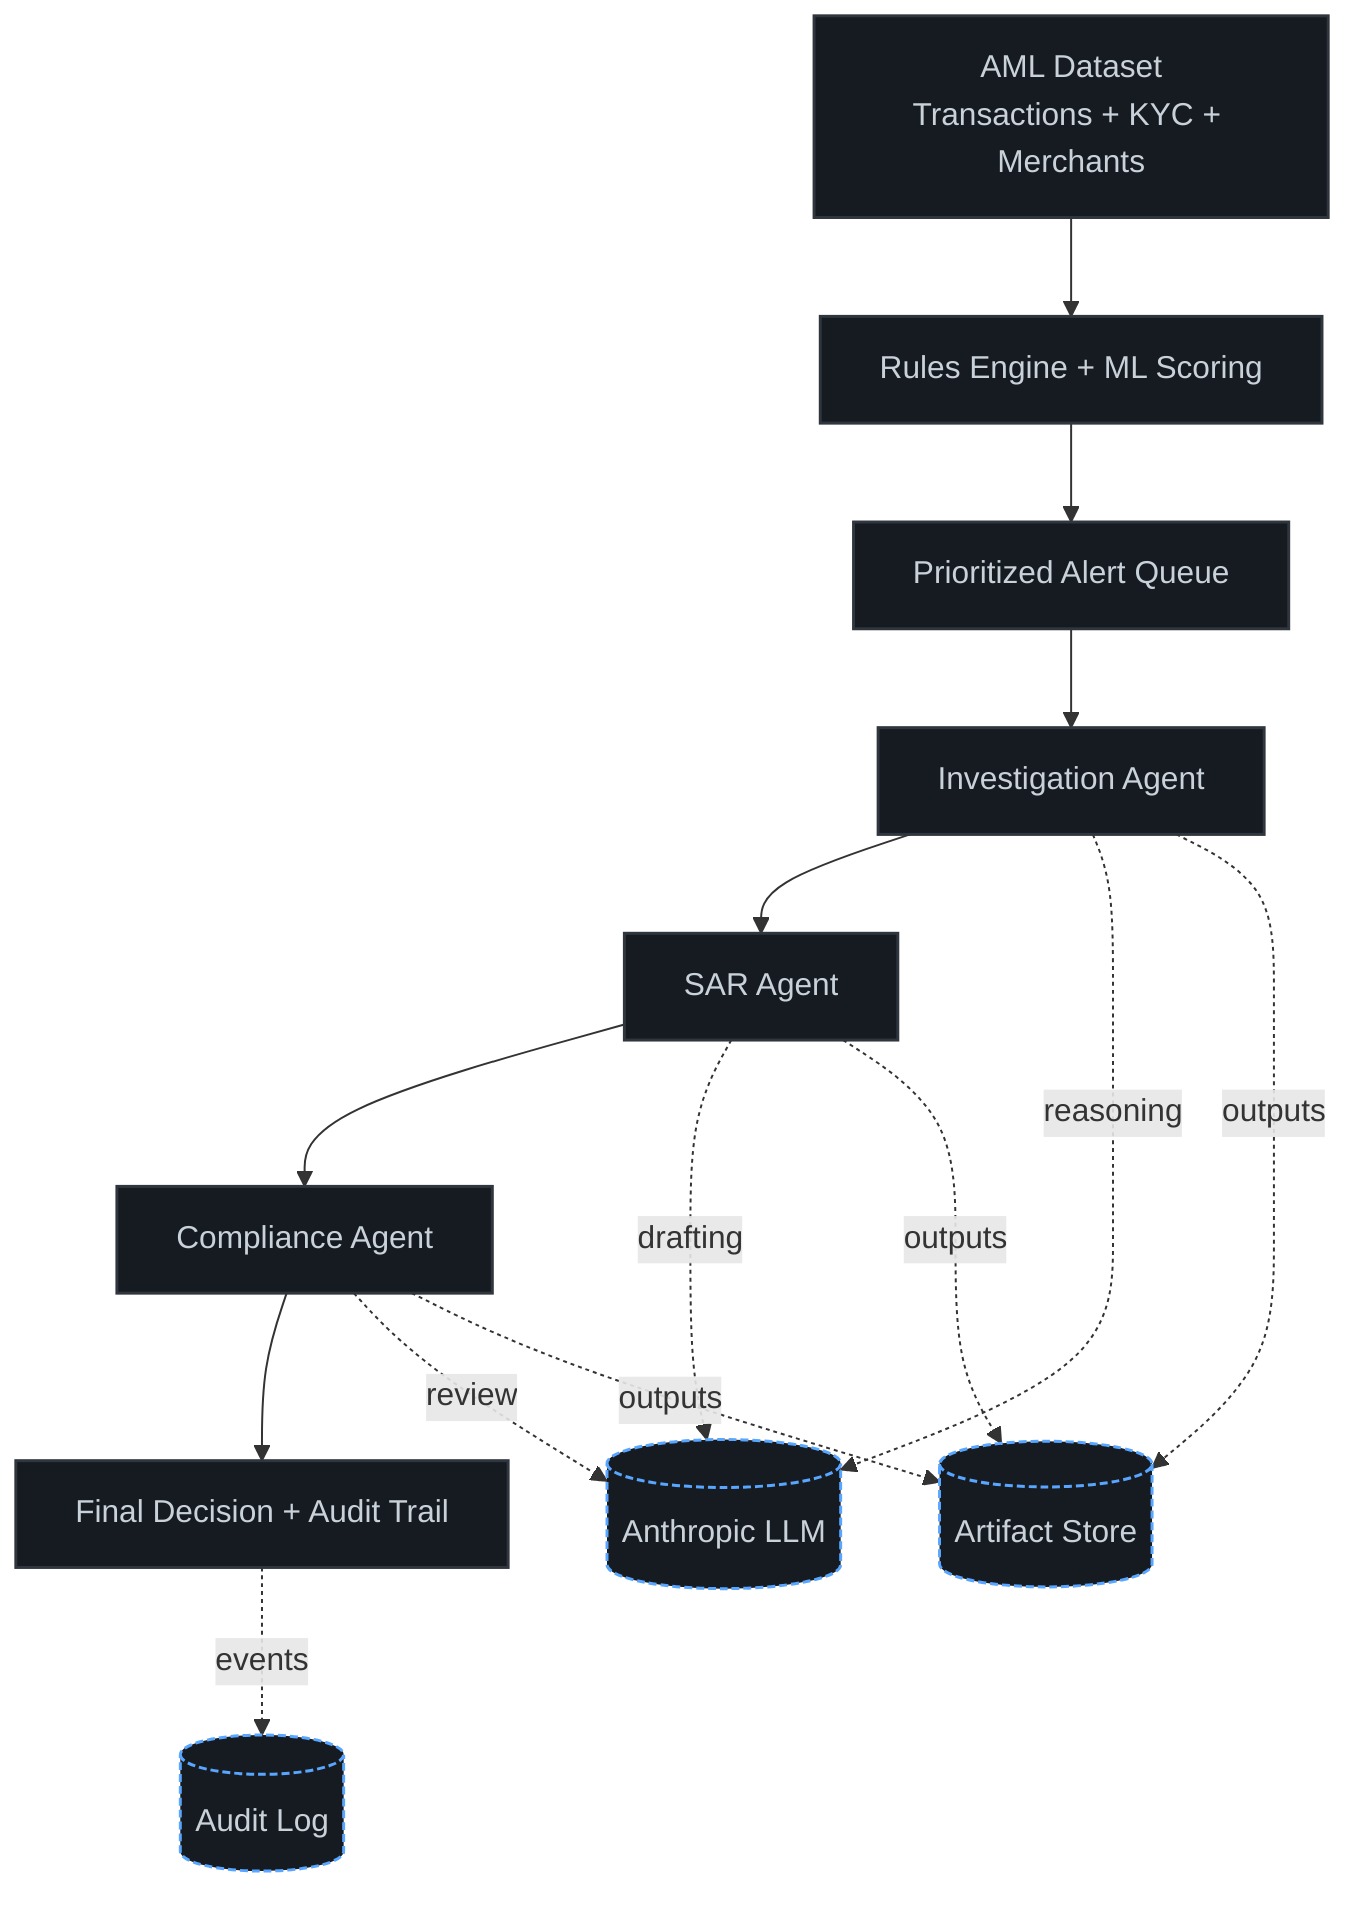
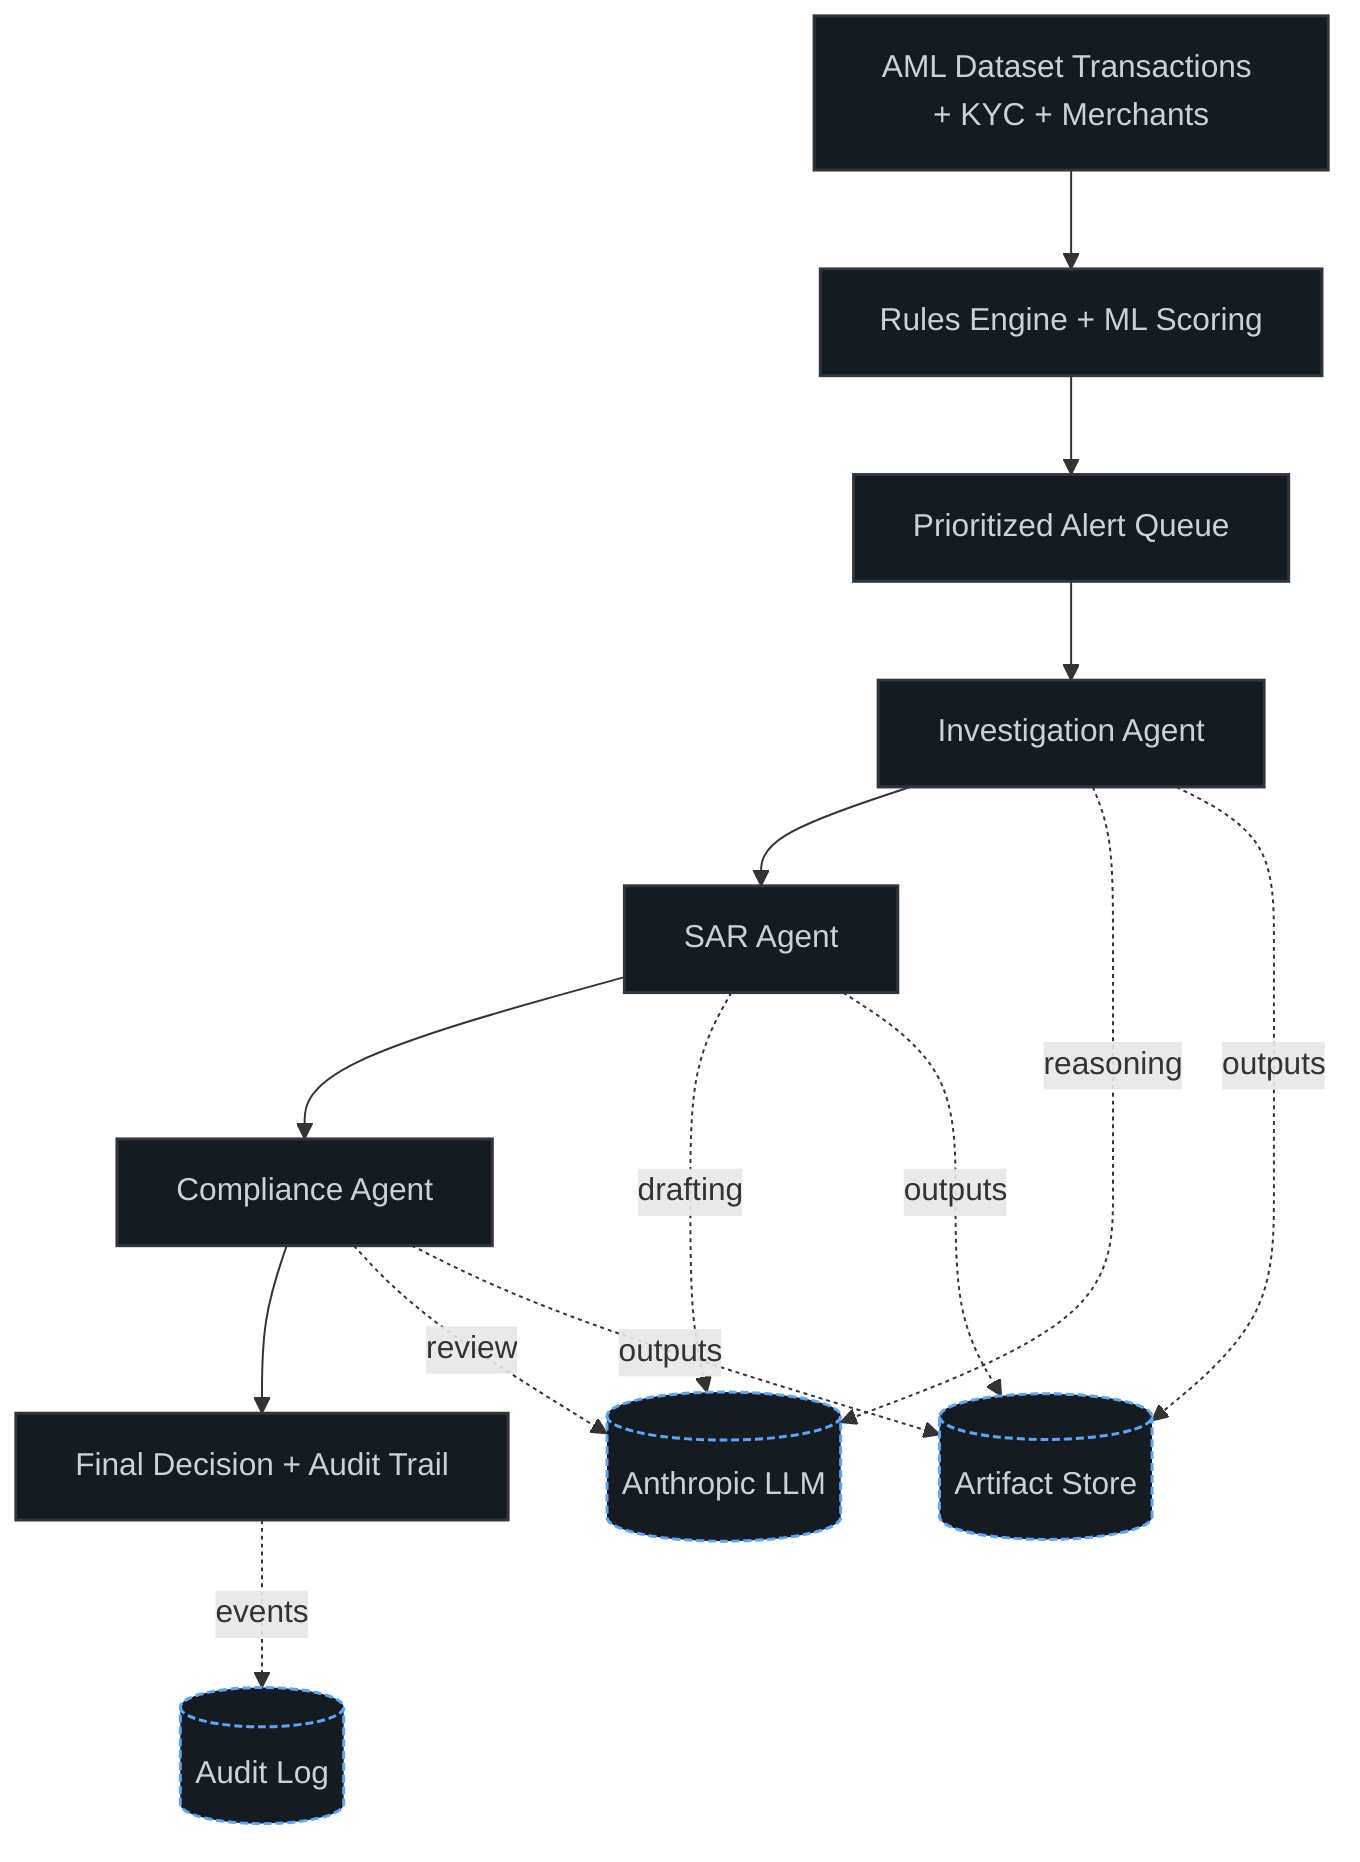
flowchart TD
    %% GitHub dark-mode friendly styling
    classDef node fill:#161b22,stroke:#30363d,color:#c9d1d9,stroke-width:1.5px;
    classDef accent fill:#0d1117,stroke:#58a6ff,color:#58a6ff,stroke-width:2px;
    classDef side fill:#161b22,stroke:#58a6ff,color:#c9d1d9,stroke-dasharray: 4 2;

-     A[AML Dataset\nTransactions + KYC + Merchants]
+     A[AML Dataset Transactions + KYC + Merchants]
    B[Rules Engine + ML Scoring]
    C[Prioritized Alert Queue]
    D[Investigation Agent]
    E[SAR Agent]
    F[Compliance Agent]
    G[Final Decision + Audit Trail]

    LLM[(Anthropic LLM)]
    ART[(Artifact Store)]
    AUD[(Audit Log)]

    A --> B
    B --> C
    C --> D
    D --> E
    E --> F
    F --> G

    D -. reasoning .-> LLM
    E -. drafting .-> LLM
    F -. review .-> LLM

    D -. outputs .-> ART
    E -. outputs .-> ART
    F -. outputs .-> ART

    G -. events .-> AUD

    class A,B,C,D,E,F,G node;
-     class LLM,ART,AUD side;+     class LLM,ART,AUD side;
